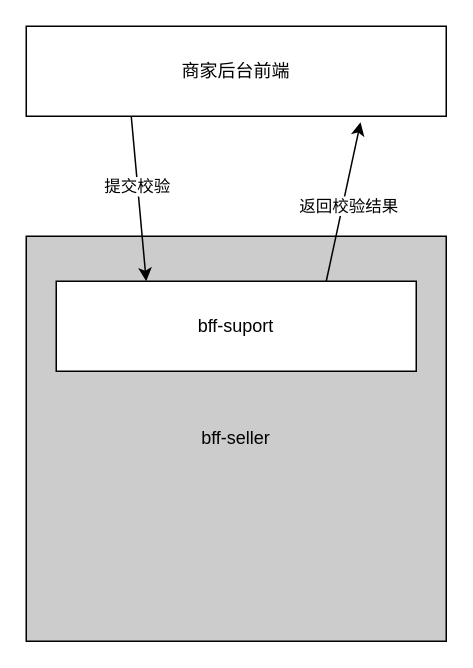
This is minganci.drawio from GrayInBlue/myRepository, a draw.io file, before an edit. Source tidied: cells renumbered, new cells numbered last; positions are measured from the earlier drawing's top-left corner, leaving out a move shared by most shapes. Both pictures are drawn from the tidied source at 150%, with x=0, y=0 at pixel (26, 26).
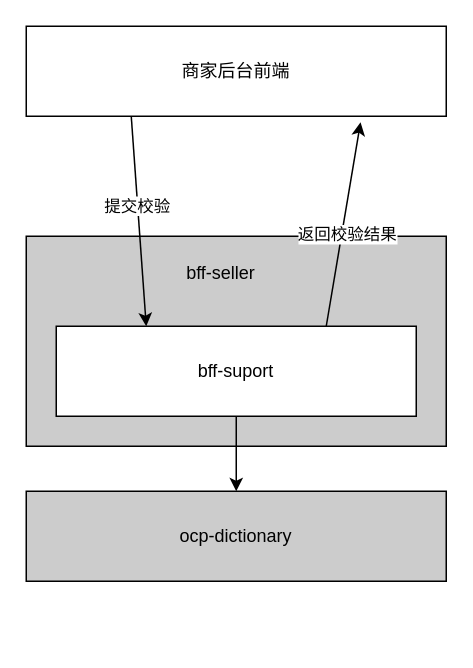
After the change.

Change to the diagram source:
```diff
@@
 <mxGraphModel>
   <root>
     <mxCell id="0" />
     <mxCell id="1" parent="0" />
-    <mxCell id="2" value="bff-seller" style="rounded=0;whiteSpace=wrap;html=1;fillColor=#CCCCCC;" parent="1" vertex="1">
-      <mxGeometry y="140" width="280" height="270" as="geometry" />
+    <mxCell id="2" style="rounded=0;whiteSpace=wrap;html=1;fillColor=#CCCCCC;" parent="1" vertex="1">
+      <mxGeometry y="140" width="280" height="140" as="geometry" />
     </mxCell>
+    <mxCell id="9" style="edgeStyle=orthogonalEdgeStyle;rounded=0;jettySize=auto;html=1;exitX=0.5;exitY=1;exitDx=0;exitDy=0;entryX=0.5;entryY=0;entryDx=0;entryDy=0;" parent="1" edge="1" source="3" target="11">
+      <mxGeometry relative="1" as="geometry" />
+    </mxCell>
     <mxCell id="3" value="bff-suport" style="rounded=0;whiteSpace=wrap;html=1;" parent="1" vertex="1">
-      <mxGeometry x="20" y="170" width="240" height="60" as="geometry" />
+      <mxGeometry x="20" y="200" width="240" height="60" as="geometry" />
     </mxCell>
     <mxCell id="4" style="rounded=0;jettySize=auto;html=1;exitX=0.25;exitY=1;exitDx=0;exitDy=0;entryX=0.25;entryY=0;entryDx=0;entryDy=0;" parent="1" edge="1" source="6" target="3">
       <mxGeometry relative="1" as="geometry" />
     </mxCell>
     <mxCell id="5" value="提交校验" style="edgeLabel;html=1;align=center;verticalAlign=middle;" parent="4" vertex="1">
       <mxGeometry x="-0.15" y="-1" relative="1" as="geometry" />
     </mxCell>
     <mxCell id="6" value="商家后台前端" style="rounded=0;whiteSpace=wrap;html=1;" parent="1" vertex="1">
       <mxGeometry width="280" height="60" as="geometry" />
     </mxCell>
     <mxCell id="7" style="rounded=0;jettySize=auto;html=1;exitX=0.75;exitY=0;exitDx=0;exitDy=0;entryX=0.796;entryY=1.067;entryDx=0;entryDy=0;entryPerimeter=0;" parent="1" edge="1" source="3" target="6">
       <mxGeometry relative="1" as="geometry" />
     </mxCell>
     <mxCell id="8" value="返回校验结果" style="edgeLabel;html=1;align=center;verticalAlign=middle;" parent="7" vertex="1">
       <mxGeometry x="-0.21" y="1" relative="1" as="geometry">
         <mxPoint x="6" y="-8" as="offset" />
       </mxGeometry>
     </mxCell>
+    <mxCell id="10" value="bff-seller" style="text;html=1;align=center;verticalAlign=middle;whiteSpace=wrap;rounded=0;" parent="1" vertex="1">
+      <mxGeometry x="100" y="150" width="60" height="30" as="geometry" />
+    </mxCell>
+    <mxCell id="11" value="ocp-dictionary" style="rounded=0;whiteSpace=wrap;html=1;fillColor=#CCCCCC;" parent="1" vertex="1">
+      <mxGeometry y="310" width="280" height="60" as="geometry" />
+    </mxCell>
   </root>
 </mxGraphModel>
```
